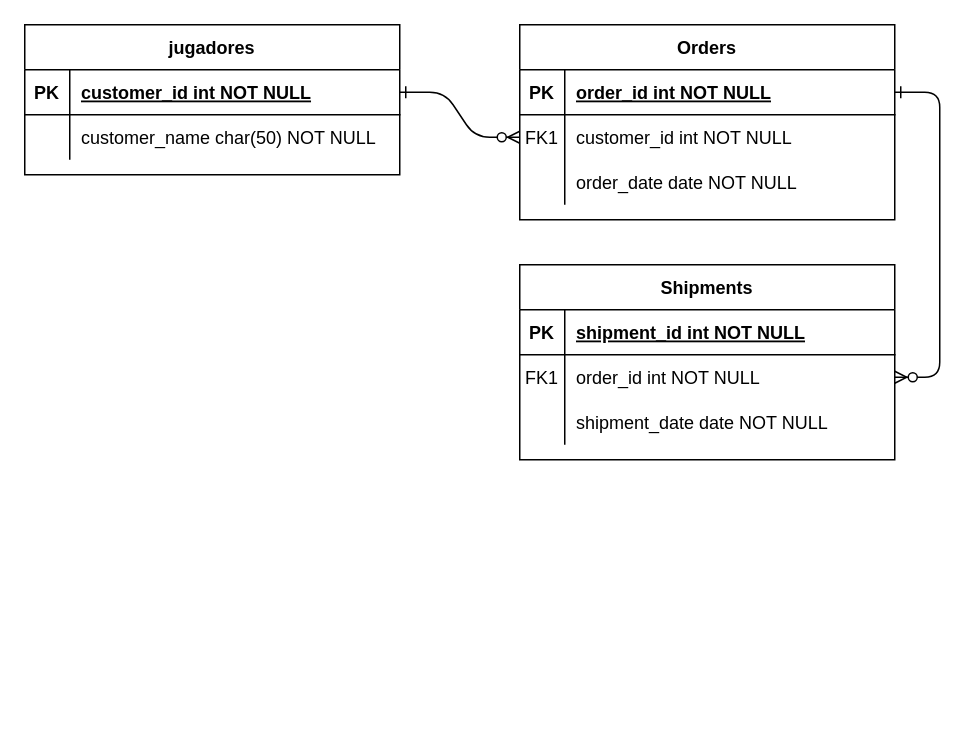
Above: diagrama/diagrama-entidad-relacion-futbol.drawio in jesusbryan99/futbol (draw.io), before the change. Source tidied: cells renumbered, new cells numbered last; positions are measured from the earlier drawing's top-left corner, leaving out a move shared by most shapes. Both pictures are drawn from the tidied source at 150%, with x=0, y=0 at pixel (24, 24).
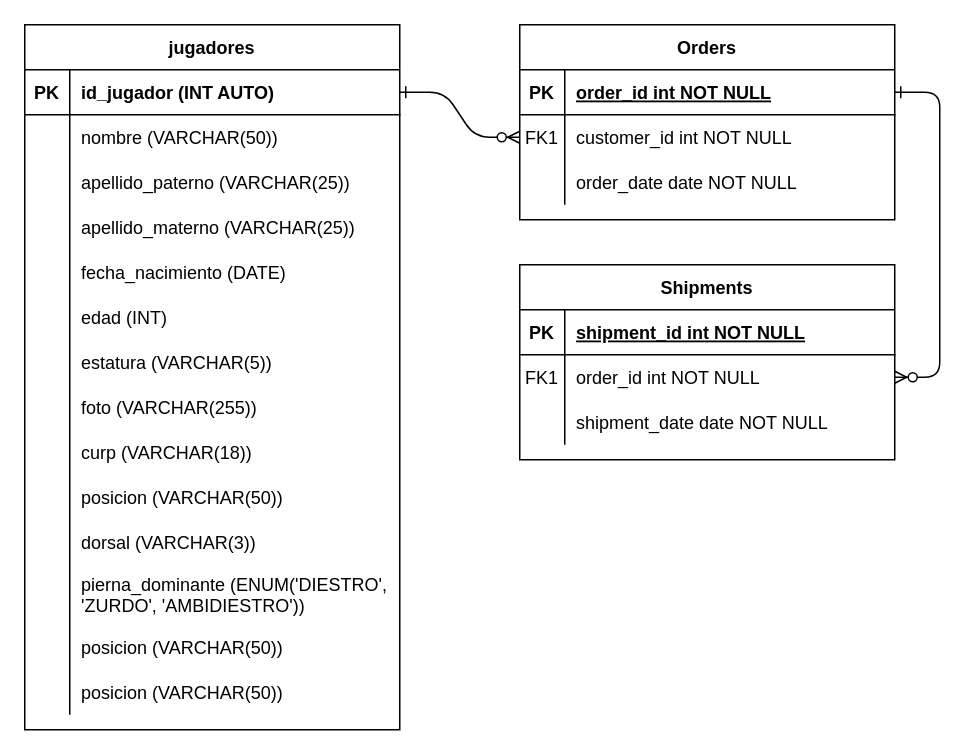
The same page after the edit.

Unchanged cells that the change refers to:
```xml
<mxCell id="25" style="shape=partialRectangle;fillColor=none;points=[[0,0.5],[1,0.5]];portConstraint=eastwest;top=0;left=0;right=0;bottom=1;" parent="24" vertex="1">
  <mxGeometry y="30" width="250" height="30" as="geometry" />
</mxCell>
<mxCell id="28" style="shape=partialRectangle;fillColor=none;top=0;left=0;right=0;bottom=0;" parent="24" vertex="1">
  <mxGeometry y="60" width="250" height="30" as="geometry" />
</mxCell>
```

The edit, as a diff of the source:
```diff
@@
     <mxCell id="24" value="jugadores" style="shape=table;startSize=30;childLayout=tableLayout;rowLines=0;fontStyle=1;align=center;" parent="1" vertex="1">
-      <mxGeometry width="250" height="100" as="geometry" />
+      <mxGeometry width="250" height="470" as="geometry" />
     </mxCell>
@@
-    <mxCell id="27" value="customer_id int NOT NULL " style="shape=partialRectangle;overflow=hidden;fillColor=none;top=0;left=0;bottom=0;right=0;align=left;spacingLeft=6;fontStyle=5;" parent="25" vertex="1">
+    <mxCell id="27" value="id_jugador (INT AUTO)" style="shape=partialRectangle;overflow=hidden;fillColor=none;top=0;left=0;bottom=0;right=0;align=left;spacingLeft=6;fontStyle=1;" parent="25" vertex="1">
       <mxGeometry x="30" width="220" height="30" as="geometry" />
     </mxCell>
@@
-    <mxCell id="30" value="customer_name char(50) NOT NULL" style="shape=partialRectangle;overflow=hidden;fillColor=none;top=0;left=0;bottom=0;right=0;align=left;spacingLeft=6;" parent="28" vertex="1">
+    <mxCell id="30" value="nombre (VARCHAR(50))" style="shape=partialRectangle;overflow=hidden;fillColor=none;top=0;left=0;bottom=0;right=0;align=left;spacingLeft=6;" parent="28" vertex="1">
       <mxGeometry x="30" width="220" height="30" as="geometry" />
     </mxCell>
+    <mxCell id="31" style="shape=partialRectangle;fillColor=none;top=0;left=0;right=0;bottom=0;" parent="24" vertex="1">
+      <mxGeometry y="90" width="250" height="30" as="geometry" />
+    </mxCell>
+    <mxCell id="32" style="shape=partialRectangle;overflow=hidden;fillColor=none;top=0;left=0;bottom=0;right=0;" parent="31" vertex="1">
+      <mxGeometry width="30" height="30" as="geometry" />
+    </mxCell>
+    <mxCell id="33" value="apellido_paterno (VARCHAR(25))" style="shape=partialRectangle;overflow=hidden;fillColor=none;top=0;left=0;bottom=0;right=0;align=left;spacingLeft=6;" parent="31" vertex="1">
+      <mxGeometry x="30" width="220" height="30" as="geometry" />
+    </mxCell>
+    <mxCell id="34" style="shape=partialRectangle;fillColor=none;top=0;left=0;right=0;bottom=0;" parent="24" vertex="1">
+      <mxGeometry y="120" width="250" height="30" as="geometry" />
+    </mxCell>
+    <mxCell id="35" style="shape=partialRectangle;overflow=hidden;fillColor=none;top=0;left=0;bottom=0;right=0;" parent="34" vertex="1">
+      <mxGeometry width="30" height="30" as="geometry" />
+    </mxCell>
+    <mxCell id="36" value="apellido_materno (VARCHAR(25))" style="shape=partialRectangle;overflow=hidden;fillColor=none;top=0;left=0;bottom=0;right=0;align=left;spacingLeft=6;" parent="34" vertex="1">
+      <mxGeometry x="30" width="220" height="30" as="geometry" />
+    </mxCell>
+    <mxCell id="37" style="shape=partialRectangle;fillColor=none;top=0;left=0;right=0;bottom=0;" parent="24" vertex="1">
+      <mxGeometry y="150" width="250" height="30" as="geometry" />
+    </mxCell>
+    <mxCell id="38" style="shape=partialRectangle;overflow=hidden;fillColor=none;top=0;left=0;bottom=0;right=0;" parent="37" vertex="1">
+      <mxGeometry width="30" height="30" as="geometry" />
+    </mxCell>
+    <mxCell id="39" value="fecha_nacimiento (DATE)" style="shape=partialRectangle;overflow=hidden;fillColor=none;top=0;left=0;bottom=0;right=0;align=left;spacingLeft=6;" parent="37" vertex="1">
+      <mxGeometry x="30" width="220" height="30" as="geometry" />
+    </mxCell>
+    <mxCell id="40" style="shape=partialRectangle;fillColor=none;top=0;left=0;right=0;bottom=0;" parent="24" vertex="1">
+      <mxGeometry y="180" width="250" height="30" as="geometry" />
+    </mxCell>
+    <mxCell id="41" style="shape=partialRectangle;overflow=hidden;fillColor=none;top=0;left=0;bottom=0;right=0;" parent="40" vertex="1">
+      <mxGeometry width="30" height="30" as="geometry" />
+    </mxCell>
+    <mxCell id="42" value="edad (INT)" style="shape=partialRectangle;overflow=hidden;fillColor=none;top=0;left=0;bottom=0;right=0;align=left;spacingLeft=6;" parent="40" vertex="1">
+      <mxGeometry x="30" width="220" height="30" as="geometry" />
+    </mxCell>
+    <mxCell id="43" style="shape=partialRectangle;fillColor=none;top=0;left=0;right=0;bottom=0;" parent="24" vertex="1">
+      <mxGeometry y="210" width="250" height="30" as="geometry" />
+    </mxCell>
+    <mxCell id="44" style="shape=partialRectangle;overflow=hidden;fillColor=none;top=0;left=0;bottom=0;right=0;" parent="43" vertex="1">
+      <mxGeometry width="30" height="30" as="geometry" />
+    </mxCell>
+    <mxCell id="45" value="estatura (VARCHAR(5))" style="shape=partialRectangle;overflow=hidden;fillColor=none;top=0;left=0;bottom=0;right=0;align=left;spacingLeft=6;" parent="43" vertex="1">
+      <mxGeometry x="30" width="220" height="30" as="geometry" />
+    </mxCell>
+    <mxCell id="46" style="shape=partialRectangle;fillColor=none;top=0;left=0;right=0;bottom=0;" parent="24" vertex="1">
+      <mxGeometry y="240" width="250" height="30" as="geometry" />
+    </mxCell>
+    <mxCell id="47" style="shape=partialRectangle;overflow=hidden;fillColor=none;top=0;left=0;bottom=0;right=0;" parent="46" vertex="1">
+      <mxGeometry width="30" height="30" as="geometry" />
+    </mxCell>
+    <mxCell id="48" value="foto (VARCHAR(255))" style="shape=partialRectangle;overflow=hidden;fillColor=none;top=0;left=0;bottom=0;right=0;align=left;spacingLeft=6;" parent="46" vertex="1">
+      <mxGeometry x="30" width="220" height="30" as="geometry" />
+    </mxCell>
+    <mxCell id="49" style="shape=partialRectangle;fillColor=none;top=0;left=0;right=0;bottom=0;" parent="24" vertex="1">
+      <mxGeometry y="270" width="250" height="30" as="geometry" />
+    </mxCell>
+    <mxCell id="50" style="shape=partialRectangle;overflow=hidden;fillColor=none;top=0;left=0;bottom=0;right=0;" parent="49" vertex="1">
+      <mxGeometry width="30" height="30" as="geometry" />
+    </mxCell>
+    <mxCell id="51" value="curp (VARCHAR(18))" style="shape=partialRectangle;overflow=hidden;fillColor=none;top=0;left=0;bottom=0;right=0;align=left;spacingLeft=6;" parent="49" vertex="1">
+      <mxGeometry x="30" width="220" height="30" as="geometry" />
+    </mxCell>
+    <mxCell id="52" style="shape=partialRectangle;fillColor=none;top=0;left=0;right=0;bottom=0;" parent="24" vertex="1">
+      <mxGeometry y="300" width="250" height="30" as="geometry" />
+    </mxCell>
+    <mxCell id="53" style="shape=partialRectangle;overflow=hidden;fillColor=none;top=0;left=0;bottom=0;right=0;" parent="52" vertex="1">
+      <mxGeometry width="30" height="30" as="geometry" />
+    </mxCell>
+    <mxCell id="54" value="posicion (VARCHAR(50))" style="shape=partialRectangle;overflow=hidden;fillColor=none;top=0;left=0;bottom=0;right=0;align=left;spacingLeft=6;" parent="52" vertex="1">
+      <mxGeometry x="30" width="220" height="30" as="geometry" />
+    </mxCell>
+    <mxCell id="55" style="shape=partialRectangle;fillColor=none;top=0;left=0;right=0;bottom=0;" parent="24" vertex="1">
+      <mxGeometry y="330" width="250" height="30" as="geometry" />
+    </mxCell>
+    <mxCell id="56" style="shape=partialRectangle;overflow=hidden;fillColor=none;top=0;left=0;bottom=0;right=0;" parent="55" vertex="1">
+      <mxGeometry width="30" height="30" as="geometry" />
+    </mxCell>
+    <mxCell id="57" value="dorsal (VARCHAR(3))" style="shape=partialRectangle;overflow=hidden;fillColor=none;top=0;left=0;bottom=0;right=0;align=left;spacingLeft=6;" parent="55" vertex="1">
+      <mxGeometry x="30" width="220" height="30" as="geometry" />
+    </mxCell>
+    <mxCell id="58" style="shape=partialRectangle;fillColor=none;top=0;left=0;right=0;bottom=0;" parent="24" vertex="1">
+      <mxGeometry y="360" width="250" height="40" as="geometry" />
+    </mxCell>
+    <mxCell id="59" style="shape=partialRectangle;overflow=hidden;fillColor=none;top=0;left=0;bottom=0;right=0;" parent="58" vertex="1">
+      <mxGeometry width="30" height="40" as="geometry" />
+    </mxCell>
+    <mxCell id="60" value="pierna_dominante (ENUM('DIESTRO', &#10;'ZURDO', 'AMBIDIESTRO'))" style="shape=partialRectangle;overflow=hidden;fillColor=none;top=0;left=0;bottom=0;right=0;align=left;spacingLeft=6;" parent="58" vertex="1">
+      <mxGeometry x="30" width="220" height="40" as="geometry" />
+    </mxCell>
+    <mxCell id="61" style="shape=partialRectangle;fillColor=none;top=0;left=0;right=0;bottom=0;" parent="24" vertex="1">
+      <mxGeometry y="400" width="250" height="30" as="geometry" />
+    </mxCell>
+    <mxCell id="62" style="shape=partialRectangle;overflow=hidden;fillColor=none;top=0;left=0;bottom=0;right=0;" parent="61" vertex="1">
+      <mxGeometry width="30" height="30" as="geometry" />
+    </mxCell>
+    <mxCell id="63" value="posicion (VARCHAR(50))" style="shape=partialRectangle;overflow=hidden;fillColor=none;top=0;left=0;bottom=0;right=0;align=left;spacingLeft=6;" parent="61" vertex="1">
+      <mxGeometry x="30" width="220" height="30" as="geometry" />
+    </mxCell>
+    <mxCell id="64" style="shape=partialRectangle;fillColor=none;top=0;left=0;right=0;bottom=0;" parent="24" vertex="1">
+      <mxGeometry y="430" width="250" height="30" as="geometry" />
+    </mxCell>
+    <mxCell id="65" style="shape=partialRectangle;overflow=hidden;fillColor=none;top=0;left=0;bottom=0;right=0;" parent="64" vertex="1">
+      <mxGeometry width="30" height="30" as="geometry" />
+    </mxCell>
+    <mxCell id="66" value="posicion (VARCHAR(50))" style="shape=partialRectangle;overflow=hidden;fillColor=none;top=0;left=0;bottom=0;right=0;align=left;spacingLeft=6;" parent="64" vertex="1">
+      <mxGeometry x="30" width="220" height="30" as="geometry" />
+    </mxCell>
```
